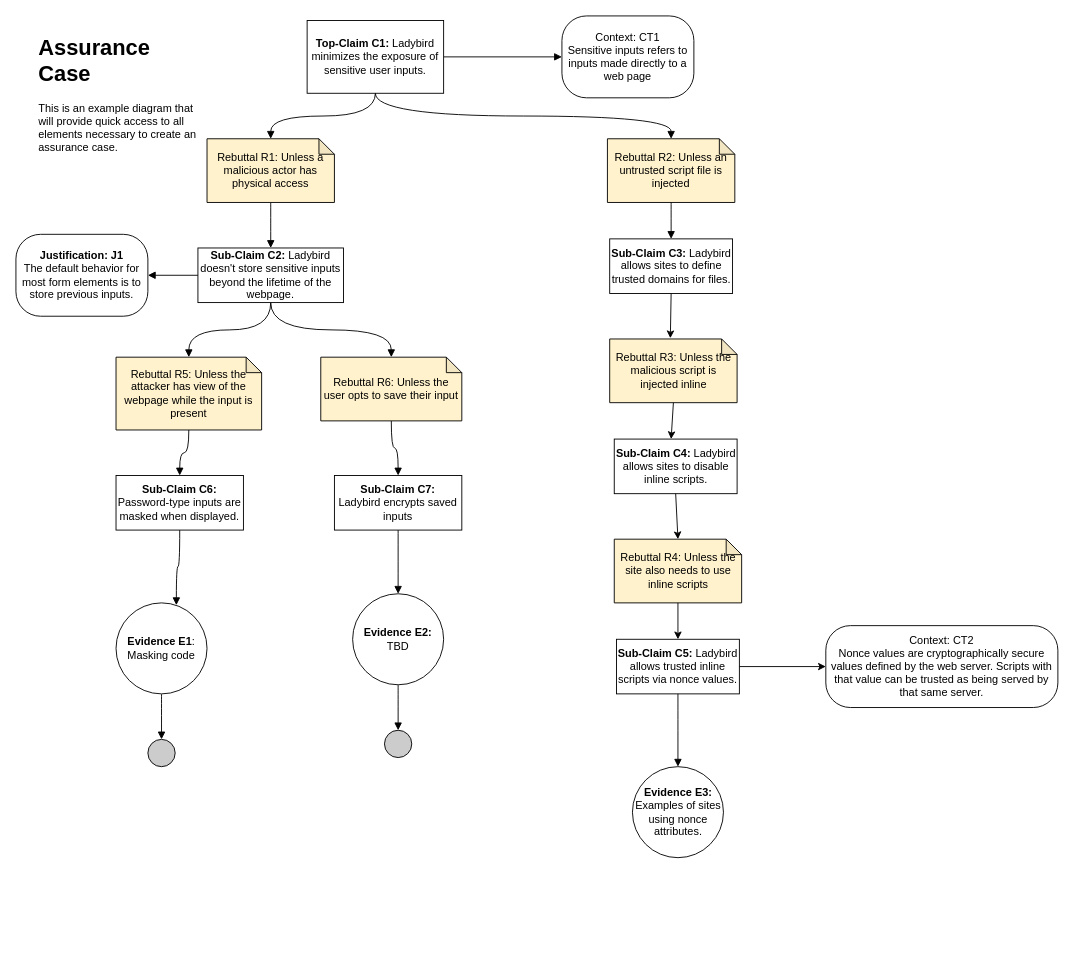
The draw.io diagram docs/Protect_User_Inputs_Assurance_Case.drawio in chauler/CYBR8420-Team5-Project, before the edit. Source tidied: cells renumbered, new cells numbered last; positions are measured from the earlier drawing's top-left corner, leaving out a move shared by most shapes. Both pictures are drawn from the tidied source at 91%, with x=0, y=0 at pixel (15, 15).
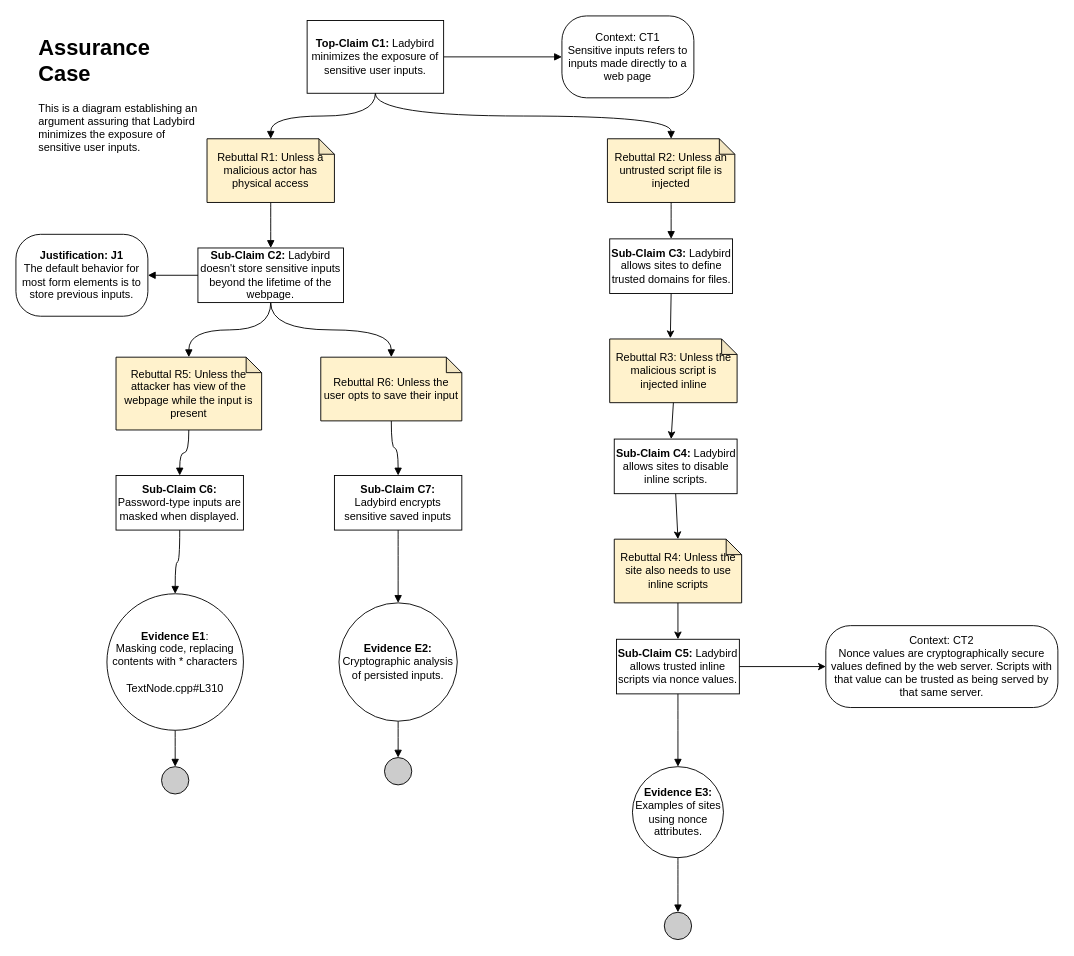
After the change.

Commit message (it also covers changes not shown here):
Anchor all evidence, finish adding values. Small fixes.

The change refers to these unchanged cells:
```xml
<mxCell id="17" value="&lt;div&gt;&lt;b&gt;Sub-Claim C6:&lt;/b&gt;&lt;/div&gt;&lt;div&gt;Password-type inputs are masked when displayed.&lt;/div&gt;" style="rounded=0;whiteSpace=wrap;html=1;" parent="1" vertex="1">
  <mxGeometry x="110" y="505" width="140" height="60" as="geometry" />
</mxCell>
<mxCell id="40" value="&lt;b&gt;Evidence E3: &lt;/b&gt;Examples of sites using nonce attributes." style="ellipse;whiteSpace=wrap;html=1;fillColor=#ffffff;rounded=0;" parent="1" vertex="1">
  <mxGeometry x="677.5" y="825" width="100" height="100" as="geometry" />
</mxCell>
```

The edit, as a diff of the source:
```diff
@@
-    <mxCell id="2" value="&lt;h1&gt;Assurance Case&lt;/h1&gt;&lt;p&gt;This is an example diagram that will provide quick access to all elements necessary to create an assurance case.&lt;/p&gt;" style="text;html=1;strokeColor=none;fillColor=none;spacing=5;spacingTop=-20;whiteSpace=wrap;overflow=hidden;rounded=0;" parent="1" vertex="1">
+    <mxCell id="2" value="&lt;h1&gt;Assurance Case&lt;/h1&gt;&lt;p&gt;This is a diagram establishing an argument assuring that Ladybird minimizes the exposure of sensitive user inputs.&lt;/p&gt;" style="text;html=1;strokeColor=none;fillColor=none;spacing=5;spacingTop=-20;whiteSpace=wrap;overflow=hidden;rounded=0;" parent="1" vertex="1">
       <mxGeometry x="20" y="15" width="190" height="150" as="geometry" />
     </mxCell>
@@
-    <mxCell id="16" style="edgeStyle=orthogonalEdgeStyle;curved=1;rounded=0;jettySize=auto;html=1;exitX=0.5;exitY=1;exitDx=0;exitDy=0;entryX=0.663;entryY=0.025;entryDx=0;entryDy=0;entryPerimeter=0;endArrow=block;endFill=1;" parent="1" edge="1" source="17" target="21">
+    <mxCell id="16" style="edgeStyle=orthogonalEdgeStyle;curved=1;rounded=0;jettySize=auto;html=1;exitX=0.5;exitY=1;exitDx=0;exitDy=0;entryX=0.5;entryY=0;entryDx=0;entryDy=0;endArrow=block;endFill=1;" parent="1" edge="1" source="17" target="21">
       <mxGeometry relative="1" as="geometry" />
     </mxCell>
@@
-    <mxCell id="19" value="&lt;div&gt;&lt;b&gt;Sub-Claim C7:&lt;/b&gt;&lt;/div&gt;&lt;div&gt;Ladybird encrypts saved inputs&lt;/div&gt;" style="rounded=0;whiteSpace=wrap;html=1;" parent="1" vertex="1">
+    <mxCell id="19" value="&lt;div&gt;&lt;b&gt;Sub-Claim C7:&lt;/b&gt;&lt;/div&gt;&lt;div&gt;Ladybird encrypts sensitive saved inputs&lt;/div&gt;" style="rounded=0;whiteSpace=wrap;html=1;" parent="1" vertex="1">
       <mxGeometry x="350" y="505" width="140" height="60" as="geometry" />
     </mxCell>
@@
-    <mxCell id="21" value="&lt;b&gt;Evidence E1&lt;/b&gt;:&lt;br&gt;Masking code" style="ellipse;whiteSpace=wrap;html=1;fillColor=#ffffff;rounded=0;" parent="1" vertex="1">
-      <mxGeometry x="110" y="645" width="100" height="100" as="geometry" />
+    <mxCell id="21" value="&lt;b&gt;Evidence E1&lt;/b&gt;:&lt;br&gt;&lt;div&gt;Masking code, replacing contents with * characters&lt;/div&gt;&lt;div&gt;&lt;br&gt;&lt;/div&gt;&lt;div&gt;TextNode.cpp#L310&lt;/div&gt;" style="ellipse;whiteSpace=wrap;html=1;fillColor=#ffffff;rounded=0;" parent="1" vertex="1">
+      <mxGeometry x="100" y="635" width="150" height="150" as="geometry" />
     </mxCell>
     <mxCell id="22" style="ellipse;whiteSpace=wrap;html=1;fillColor=#CCCCCC;" parent="1" vertex="1">
-      <mxGeometry x="145" y="795" width="30" height="30" as="geometry" />
+      <mxGeometry x="160" y="825" width="30" height="30" as="geometry" />
     </mxCell>
@@
-    <mxCell id="24" value="&lt;div&gt;&lt;b&gt;Evidence E2:&lt;/b&gt;&lt;/div&gt;&lt;div&gt;TBD&lt;/div&gt;" style="ellipse;whiteSpace=wrap;html=1;fillColor=#ffffff;rounded=0;" parent="1" vertex="1">
-      <mxGeometry x="370" y="635" width="100" height="100" as="geometry" />
+    <mxCell id="24" value="&lt;div&gt;&lt;b&gt;Evidence E2: &lt;/b&gt;Cryptographic analysis of persisted inputs.&lt;/div&gt;" style="ellipse;whiteSpace=wrap;html=1;fillColor=#ffffff;rounded=0;" parent="1" vertex="1">
+      <mxGeometry x="355" y="645" width="130" height="130" as="geometry" />
     </mxCell>
     <mxCell id="25" style="ellipse;whiteSpace=wrap;html=1;fillColor=#CCCCCC;" parent="1" vertex="1">
-      <mxGeometry x="405" y="785" width="30" height="30" as="geometry" />
+      <mxGeometry x="405" y="815" width="30" height="30" as="geometry" />
     </mxCell>
@@
+    <mxCell id="44" style="ellipse;whiteSpace=wrap;html=1;fillColor=#CCCCCC;" parent="1" vertex="1">
+      <mxGeometry x="712.5" y="985" width="30" height="30" as="geometry" />
+    </mxCell>
+    <mxCell id="45" style="edgeStyle=orthogonalEdgeStyle;curved=1;rounded=0;jettySize=auto;html=1;endArrow=block;endFill=1;exitX=0.5;exitY=1;exitDx=0;exitDy=0;entryX=0.5;entryY=0;entryDx=0;entryDy=0;" parent="1" edge="1" source="40" target="44">
+      <mxGeometry relative="1" as="geometry" />
+    </mxCell>
```
